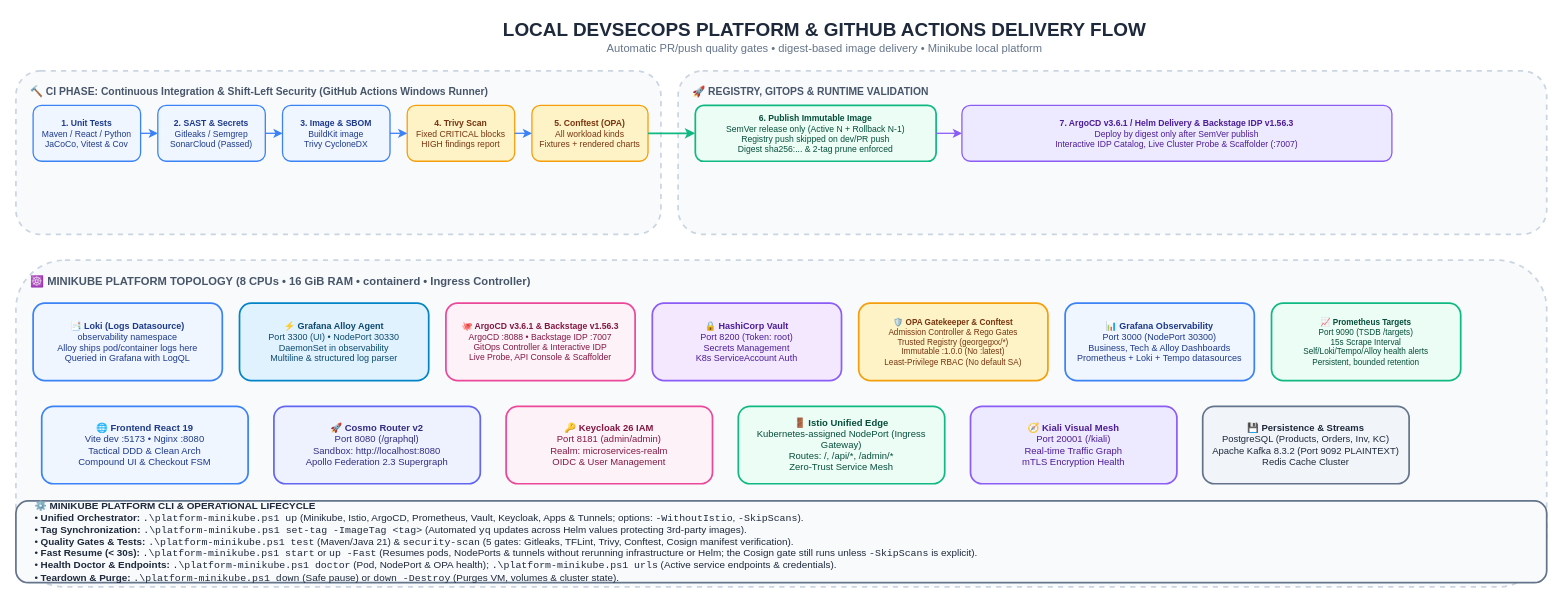
The draw.io diagram page "9. Local DevSecOps Platform & GitHub Actions Delivery" (9 of 20) of docs/Diagrams.drawio in GeorgeGxx/microservices-architecture, before the edit. Source tidied: cells renumbered, new cells numbered last; positions are measured from the earlier drawing's top-left corner, leaving out a move shared by most shapes. Both pictures are drawn from the tidied source at 86%, with x=0, y=0 at pixel (15, 15).
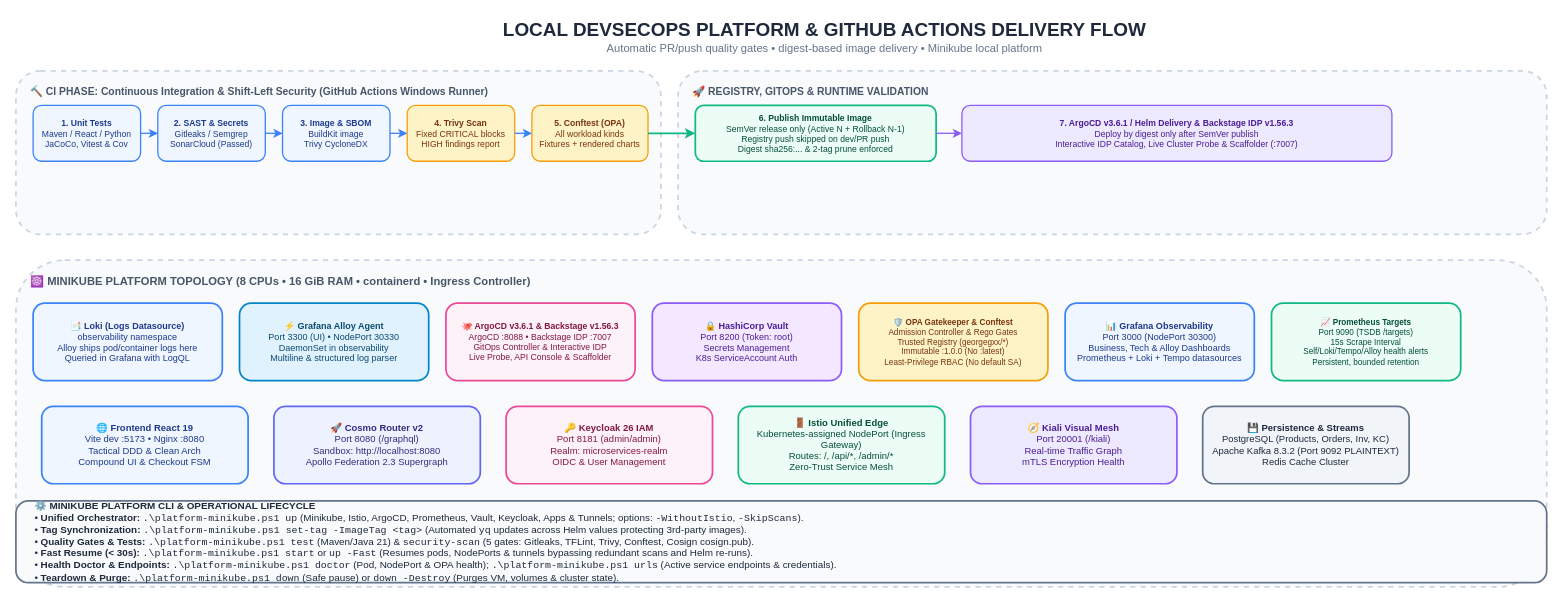
After the change.

Commit message (it also covers changes not shown here):
docs: strategic sync across diagrams and enterprise documentation for AI copilot, GPU and right-sizing

What changed in the source:
```diff
@@
-    <mxCell id="32" value="&lt;b&gt;⚙️ MINIKUBE PLATFORM CLI &amp; OPERATIONAL LIFECYCLE&lt;/b&gt;&lt;br&gt;• &lt;b&gt;Unified Orchestrator:&lt;/b&gt; &lt;code&gt;.\platform-minikube.ps1 up&lt;/code&gt; (Minikube, Istio, ArgoCD, Prometheus, Vault, Keycloak, Apps &amp; Tunnels; options: &lt;code&gt;-WithoutIstio&lt;/code&gt;, &lt;code&gt;-SkipScans&lt;/code&gt;).&lt;br&gt;• &lt;b&gt;Tag Synchronization:&lt;/b&gt; &lt;code&gt;.\platform-minikube.ps1 set-tag -ImageTag &amp;lt;tag&amp;gt;&lt;/code&gt; (Automated &lt;code&gt;yq&lt;/code&gt; updates across Helm values protecting 3rd-party images).&lt;br&gt;• &lt;b&gt;Quality Gates &amp; Tests:&lt;/b&gt; &lt;code&gt;.\platform-minikube.ps1 test&lt;/code&gt; (Maven/Java 21) &amp; &lt;code&gt;security-scan&lt;/code&gt; (5 gates: Gitleaks, TFLint, Trivy, Conftest, Cosign manifest verification).&lt;br&gt;• &lt;b&gt;Fast Resume (&amp;lt; 30s):&lt;/b&gt; &lt;code&gt;.\platform-minikube.ps1 start&lt;/code&gt; or &lt;code&gt;up -Fast&lt;/code&gt; (Resumes pods, NodePorts &amp; tunnels without rerunning infrastructure or Helm; the Cosign gate still runs unless &lt;code&gt;-SkipScans&lt;/code&gt; is explicit).&lt;br&gt;• &lt;b&gt;Health Doctor &amp; Endpoints:&lt;/b&gt; &lt;code&gt;.\platform-minikube.ps1 doctor&lt;/code&gt; (Pod, NodePort &amp; OPA health); &lt;code&gt;.\platform-minikube.ps1 urls&lt;/code&gt; (Active service endpoints &amp; credentials).&lt;br&gt;• &lt;b&gt;Teardown &amp; Purge:&lt;/b&gt; &lt;code&gt;.\platform-minikube.ps1 down&lt;/code&gt; (Safe pause) or &lt;code&gt;down -Destroy&lt;/code&gt; (Purges VM, volumes &amp; cluster state)." style="rounded=1;whiteSpace=wrap;html=1;fillColor=#F8FAFC;strokeColor=#64748B;strokeWidth=2;fontColor=#1E293B;fontSize=11.5;align=left;spacingLeft=20;" parent="1" vertex="1">
+    <mxCell id="32" value="&lt;b&gt;⚙️ MINIKUBE PLATFORM CLI &amp; OPERATIONAL LIFECYCLE&lt;/b&gt;&lt;br&gt;• &lt;b&gt;Unified Orchestrator:&lt;/b&gt; &lt;code&gt;.\platform-minikube.ps1 up&lt;/code&gt; (Minikube, Istio, ArgoCD, Prometheus, Vault, Keycloak, Apps &amp; Tunnels; options: &lt;code&gt;-WithoutIstio&lt;/code&gt;, &lt;code&gt;-SkipScans&lt;/code&gt;).&lt;br&gt;• &lt;b&gt;Tag Synchronization:&lt;/b&gt; &lt;code&gt;.\platform-minikube.ps1 set-tag -ImageTag &amp;lt;tag&amp;gt;&lt;/code&gt; (Automated &lt;code&gt;yq&lt;/code&gt; updates across Helm values protecting 3rd-party images).&lt;br&gt;• &lt;b&gt;Quality Gates &amp; Tests:&lt;/b&gt; &lt;code&gt;.\platform-minikube.ps1 test&lt;/code&gt; (Maven/Java 21) &amp; &lt;code&gt;security-scan&lt;/code&gt; (5 gates: Gitleaks, TFLint, Trivy, Conftest, Cosign cosign.pub).&lt;br&gt;• &lt;b&gt;Fast Resume (&amp;lt; 30s):&lt;/b&gt; &lt;code&gt;.\platform-minikube.ps1 start&lt;/code&gt; or &lt;code&gt;up -Fast&lt;/code&gt; (Resumes pods, NodePorts &amp; tunnels bypassing redundant scans and Helm re-runs).&lt;br&gt;• &lt;b&gt;Health Doctor &amp; Endpoints:&lt;/b&gt; &lt;code&gt;.\platform-minikube.ps1 doctor&lt;/code&gt; (Pod, NodePort &amp; OPA health); &lt;code&gt;.\platform-minikube.ps1 urls&lt;/code&gt; (Active service endpoints &amp; credentials).&lt;br&gt;• &lt;b&gt;Teardown &amp; Purge:&lt;/b&gt; &lt;code&gt;.\platform-minikube.ps1 down&lt;/code&gt; (Safe pause) or &lt;code&gt;down -Destroy&lt;/code&gt; (Purges VM, volumes &amp; cluster state)." style="rounded=1;whiteSpace=wrap;html=1;fillColor=#F8FAFC;strokeColor=#64748B;strokeWidth=2;fontColor=#1E293B;fontSize=11.5;align=left;spacingLeft=20;" parent="1" vertex="1">
       <mxGeometry y="565" width="1780" height="95" as="geometry" />
     </mxCell>
```
